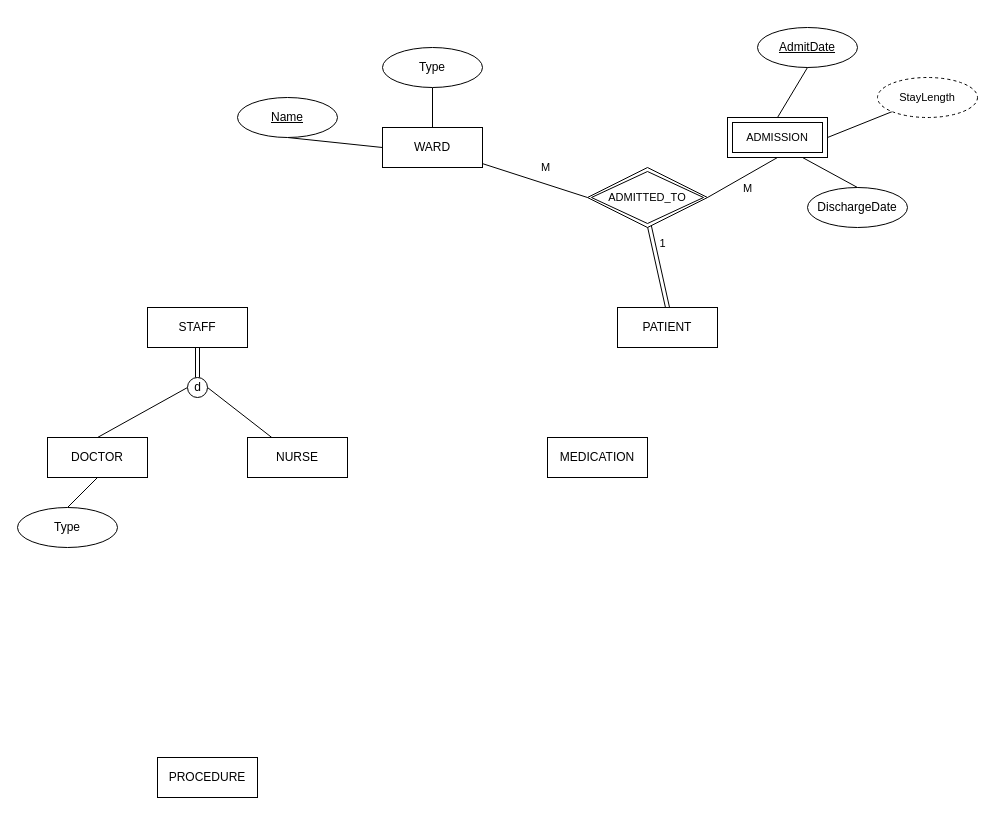
Before: Untitled Diagram.drawio in alexwhite1995/Assignments, a draw.io diagram. Source tidied: cells renumbered, new cells numbered last; positions are measured from the earlier drawing's top-left corner, leaving out a move shared by most shapes. Both pictures are drawn from the tidied source at 100%, with x=0, y=0 at pixel (17, 27).
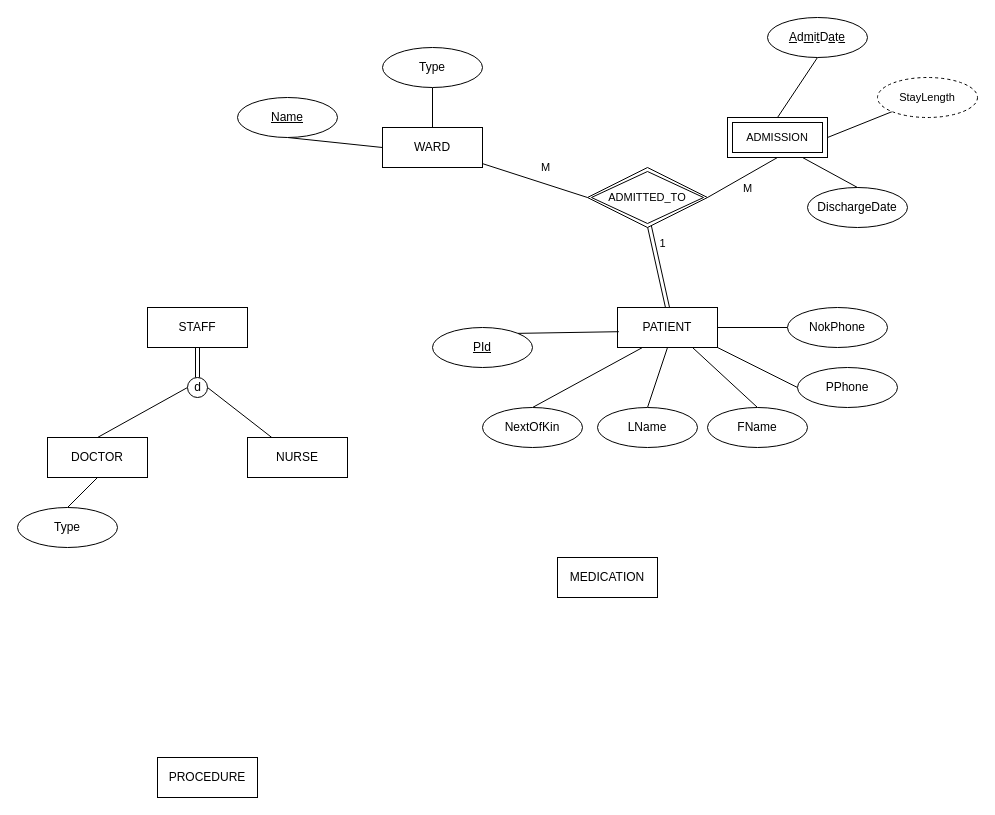
The same diagram, later.

The change refers to these unchanged cells:
```xml
<mxCell id="2" value="PATIENT" style="whiteSpace=wrap;html=1;align=center;" parent="1" vertex="1">
  <mxGeometry x="600" y="280" width="100" height="40" as="geometry" />
</mxCell>
<mxCell id="32" value="ADMISSION" style="shape=ext;margin=3;double=1;whiteSpace=wrap;html=1;align=center;fontFamily=Helvetica;fontSize=11;fontColor=default;labelBackgroundColor=default;" parent="1" vertex="1">
  <mxGeometry x="710" y="90" width="100" height="40" as="geometry" />
</mxCell>
```

What changed in the source:
```diff
@@
+    <mxCell id="34" style="edgeStyle=none;rounded=0;jettySize=auto;html=1;exitX=1;exitY=1;exitDx=0;exitDy=0;entryX=0;entryY=0.5;entryDx=0;entryDy=0;strokeColor=default;align=center;verticalAlign=middle;fontFamily=Helvetica;fontSize=11;fontColor=default;labelBackgroundColor=default;endArrow=none;endFill=0;" parent="1" edge="1" source="2" target="46">
+      <mxGeometry relative="1" as="geometry" />
+    </mxCell>
@@
     <mxCell id="4" value="MEDICATION" style="whiteSpace=wrap;html=1;align=center;" parent="1" vertex="1">
-      <mxGeometry x="530" y="410" width="100" height="40" as="geometry" />
+      <mxGeometry x="540" y="530" width="100" height="40" as="geometry" />
     </mxCell>
@@
-    <mxCell id="24" value="AdmitDate" style="ellipse;whiteSpace=wrap;html=1;align=center;fontStyle=4;" parent="1" vertex="1">
-      <mxGeometry x="740" width="100" height="40" as="geometry" />
-    </mxCell>
@@
-    <mxCell id="29" style="edgeStyle=none;rounded=0;jettySize=auto;html=1;exitX=0.5;exitY=1;exitDx=0;exitDy=0;entryX=0.5;entryY=0;entryDx=0;entryDy=0;strokeColor=default;align=center;verticalAlign=middle;fontFamily=Helvetica;fontSize=11;fontColor=default;labelBackgroundColor=default;endArrow=none;endFill=0;" parent="1" edge="1" source="24" target="32">
+    <mxCell id="29" style="edgeStyle=none;rounded=0;jettySize=auto;html=1;entryX=0.5;entryY=0;entryDx=0;entryDy=0;strokeColor=default;align=center;verticalAlign=middle;fontFamily=Helvetica;fontSize=11;fontColor=default;labelBackgroundColor=default;endArrow=none;endFill=0;exitX=0.5;exitY=1;exitDx=0;exitDy=0;" parent="1" edge="1" source="35" target="32">
       <mxGeometry relative="1" as="geometry" />
     </mxCell>
@@
+    <mxCell id="35" value="&lt;u&gt;A&lt;/u&gt;d&lt;u&gt;m&lt;/u&gt;i&lt;u&gt;t&lt;/u&gt;D&lt;u&gt;a&lt;/u&gt;t&lt;u&gt;e&lt;/u&gt;" style="ellipse;whiteSpace=wrap;html=1;align=center;" parent="1" vertex="1">
+      <mxGeometry x="750" y="-10" width="100" height="40" as="geometry" />
+    </mxCell>
+    <mxCell id="36" style="edgeStyle=none;rounded=0;jettySize=auto;html=1;exitX=0.5;exitY=0;exitDx=0;exitDy=0;entryX=0.75;entryY=1;entryDx=0;entryDy=0;strokeColor=default;align=center;verticalAlign=middle;fontFamily=Helvetica;fontSize=11;fontColor=default;labelBackgroundColor=default;endArrow=none;endFill=0;" parent="1" edge="1" source="37" target="2">
+      <mxGeometry relative="1" as="geometry" />
+    </mxCell>
+    <mxCell id="37" value="FName" style="ellipse;whiteSpace=wrap;html=1;align=center;" parent="1" vertex="1">
+      <mxGeometry x="690" y="380" width="100" height="40" as="geometry" />
+    </mxCell>
+    <mxCell id="38" style="edgeStyle=none;rounded=0;jettySize=auto;html=1;exitX=0.5;exitY=0;exitDx=0;exitDy=0;strokeColor=default;align=center;verticalAlign=middle;fontFamily=Helvetica;fontSize=11;fontColor=default;labelBackgroundColor=default;endArrow=none;endFill=0;" parent="1" edge="1" source="39">
+      <mxGeometry relative="1" as="geometry">
+        <mxPoint x="650" y="320" as="targetPoint" />
+      </mxGeometry>
+    </mxCell>
+    <mxCell id="39" value="LName" style="ellipse;whiteSpace=wrap;html=1;align=center;" parent="1" vertex="1">
+      <mxGeometry x="580" y="380" width="100" height="40" as="geometry" />
+    </mxCell>
+    <mxCell id="40" style="edgeStyle=none;rounded=0;jettySize=auto;html=1;exitX=0.5;exitY=0;exitDx=0;exitDy=0;entryX=0.25;entryY=1;entryDx=0;entryDy=0;strokeColor=default;align=center;verticalAlign=middle;fontFamily=Helvetica;fontSize=11;fontColor=default;labelBackgroundColor=default;endArrow=none;endFill=0;" parent="1" edge="1" source="41" target="2">
+      <mxGeometry relative="1" as="geometry" />
+    </mxCell>
+    <mxCell id="41" value="NextOfKin" style="ellipse;whiteSpace=wrap;html=1;align=center;" parent="1" vertex="1">
+      <mxGeometry x="465" y="380" width="100" height="40" as="geometry" />
+    </mxCell>
+    <mxCell id="42" value="&lt;u&gt;PId&lt;/u&gt;" style="ellipse;whiteSpace=wrap;html=1;align=center;" parent="1" vertex="1">
+      <mxGeometry x="415" y="300" width="100" height="40" as="geometry" />
+    </mxCell>
+    <mxCell id="43" style="rounded=0;jettySize=auto;html=1;exitX=1;exitY=0;exitDx=0;exitDy=0;entryX=0.013;entryY=0.605;entryDx=0;entryDy=0;entryPerimeter=0;endArrow=none;endFill=0;" parent="1" edge="1" source="42" target="2">
+      <mxGeometry relative="1" as="geometry" />
+    </mxCell>
+    <mxCell id="44" style="edgeStyle=none;rounded=0;jettySize=auto;html=1;strokeColor=default;align=center;verticalAlign=middle;fontFamily=Helvetica;fontSize=11;fontColor=default;labelBackgroundColor=default;endArrow=none;endFill=0;" parent="1" edge="1" source="45" target="2">
+      <mxGeometry relative="1" as="geometry" />
+    </mxCell>
+    <mxCell id="45" value="NokPhone" style="ellipse;whiteSpace=wrap;html=1;align=center;" parent="1" vertex="1">
+      <mxGeometry x="770" y="280" width="100" height="40" as="geometry" />
+    </mxCell>
+    <mxCell id="46" value="PPhone" style="ellipse;whiteSpace=wrap;html=1;align=center;" parent="1" vertex="1">
+      <mxGeometry x="780" y="340" width="100" height="40" as="geometry" />
+    </mxCell>
```
